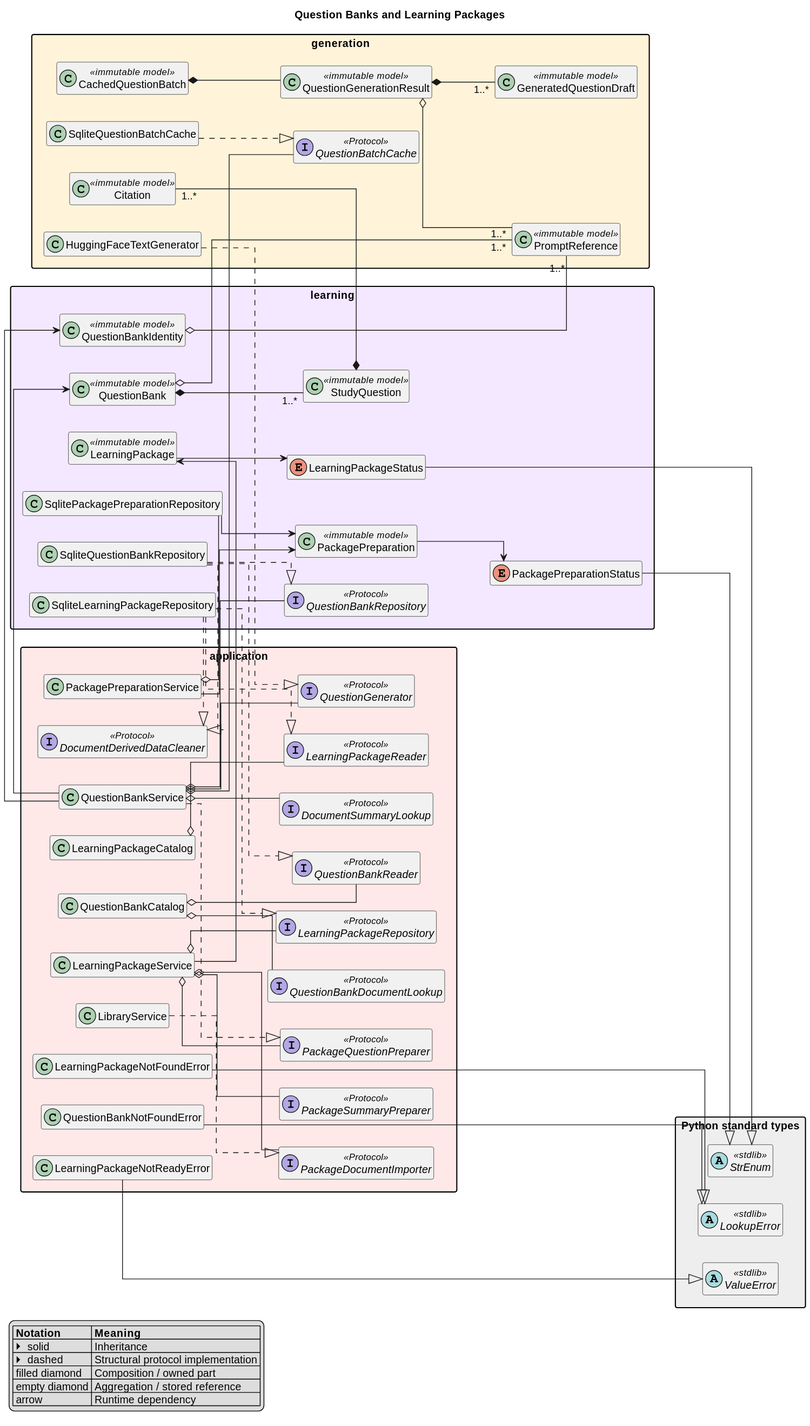
This is docs/diagrams/question-banks-packages.svg from ebe542/rag-learning-assistant, a PlantUML export, as it was before one commit.
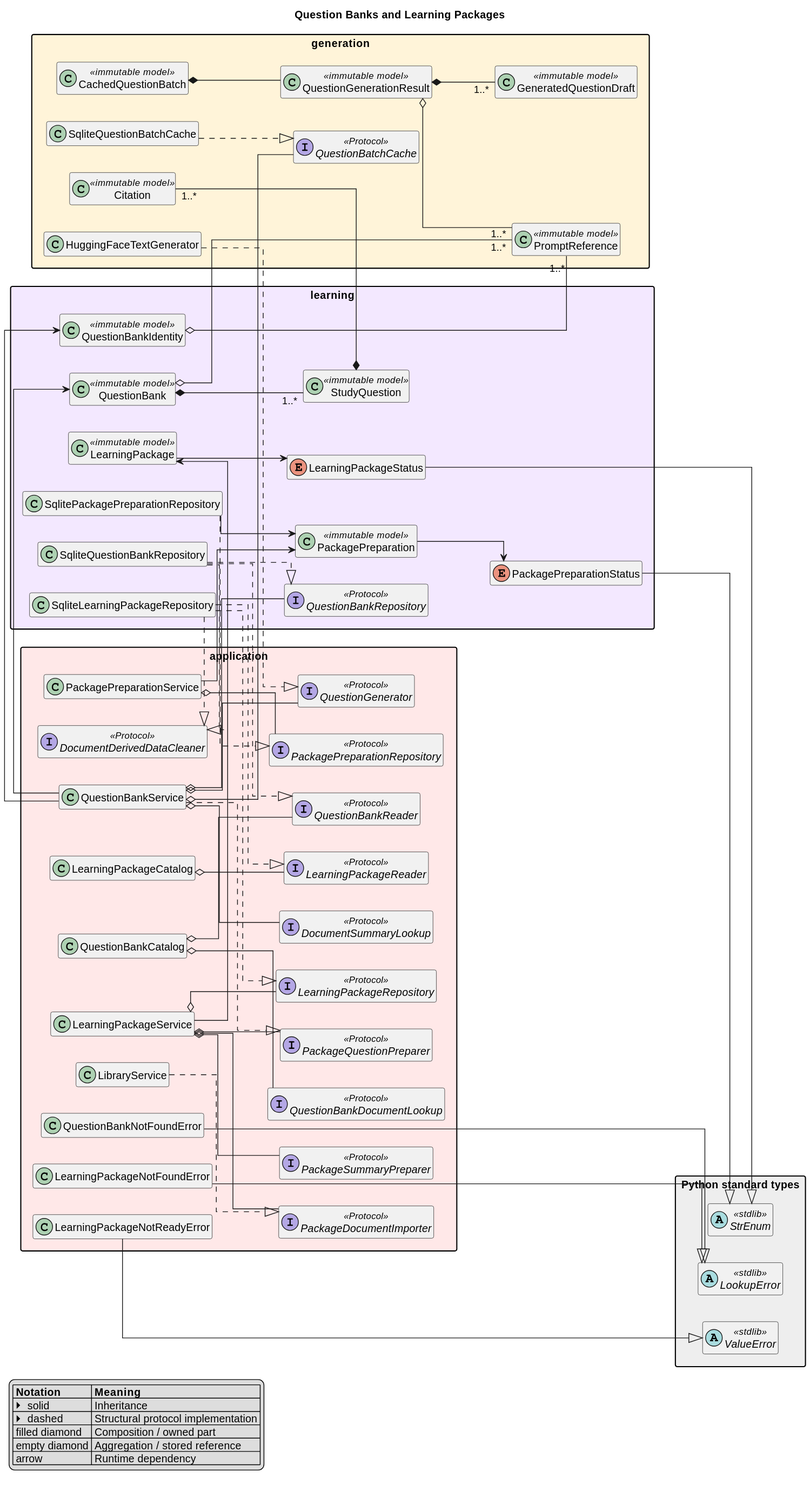
The same diagram one commit later.

What changed in the source:
```diff
@@ -43,6 +43,7 @@
   interface PackageDocumentImporter <<Protocol>>
   interface PackageSummaryPreparer <<Protocol>>
   interface PackageQuestionPreparer <<Protocol>>
+  interface PackagePreparationRepository <<Protocol>>
   class QuestionBankCatalog
   class QuestionBankService
   class LearningPackageCatalog
@@ -78,7 +79,8 @@
 LearningPackage --> LearningPackageStatus
 PackagePreparation --> PackagePreparationStatus
 SqlitePackagePreparationRepository --> PackagePreparation
-PackagePreparationService o-- SqlitePackagePreparationRepository
+SqlitePackagePreparationRepository ..|> PackagePreparationRepository
+PackagePreparationService o-- PackagePreparationRepository
 PackagePreparationService --> PackagePreparation
 SqliteLearningPackageRepository ..|> LearningPackageRepository
 SqliteLearningPackageRepository ..|> LearningPackageReader
```
